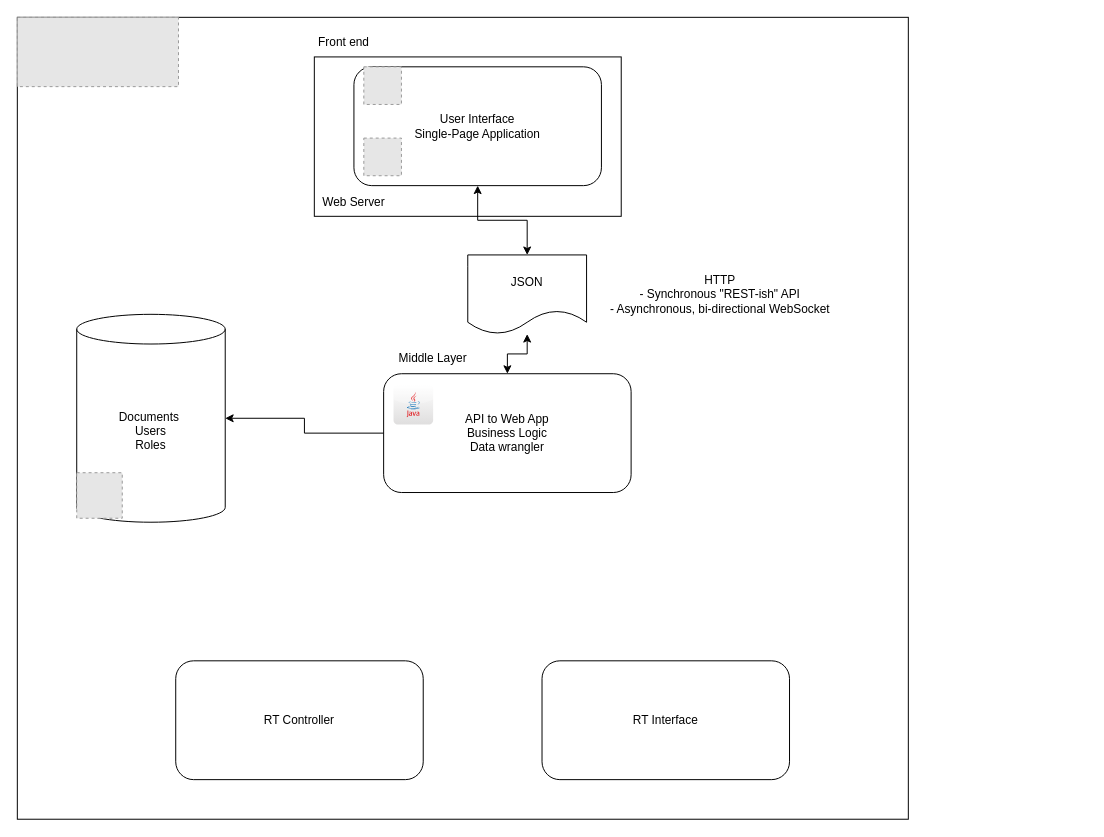
The draw.io diagram CoPilot-c4-container.drawio in addict3d/literate-octo-broccoli, before the edit. Source tidied: cells renumbered, new cells numbered last; positions are measured from the earlier drawing's top-left corner, leaving out a move shared by most shapes. Both pictures are drawn from the tidied source at 99%, with x=0, y=0 at pixel (17, 17). Pictures stored in the file or linked from it are replaced by grey dashed boxes.
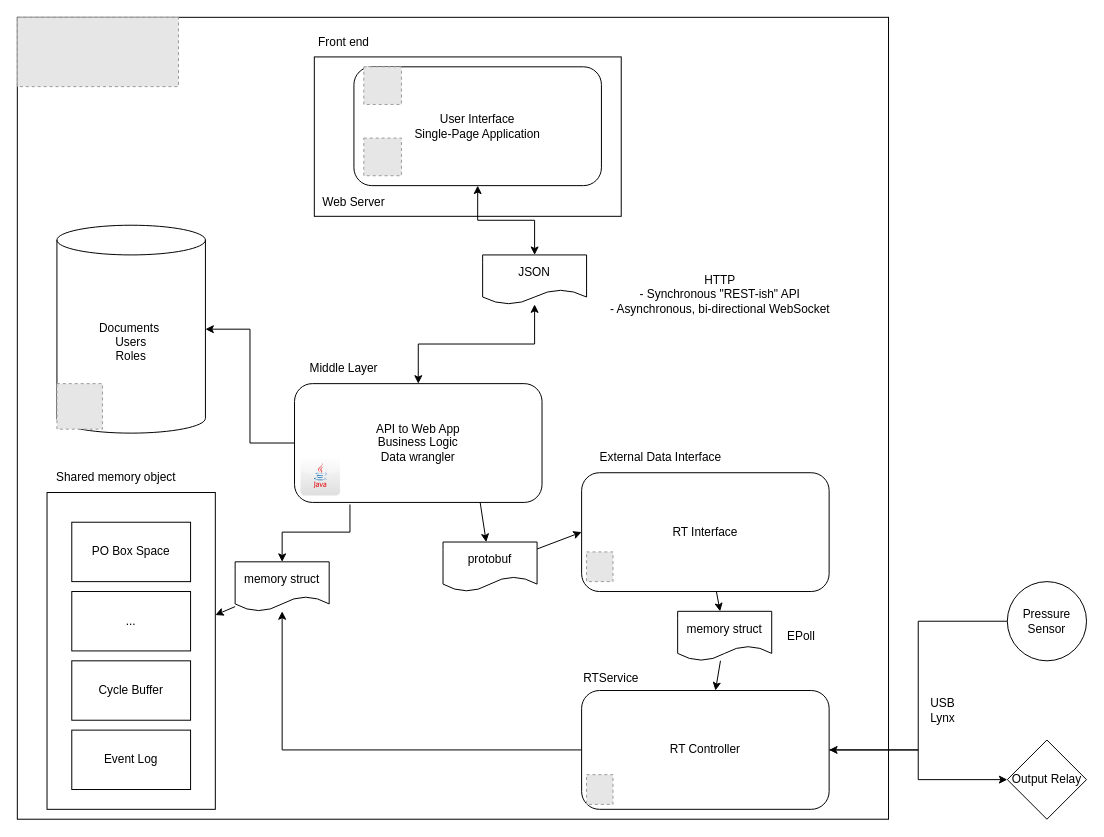
The same diagram, later.

The change refers to these unchanged cells:
```xml
<mxCell id="23" value="RT Controller" style="rounded=1;whiteSpace=wrap;html=1;" parent="22" vertex="1">
  <mxGeometry width="250" height="120" as="geometry" />
</mxCell>
<mxCell id="25" value="RT Interface" style="rounded=1;whiteSpace=wrap;html=1;" parent="24" vertex="1">
  <mxGeometry width="250" height="120" as="geometry" />
</mxCell>
```

Change to the diagram source:
```diff
@@
     <mxCell id="2" style="rounded=0;whiteSpace=wrap;html=1;" parent="1" vertex="1">
-      <mxGeometry width="900" height="810" as="geometry" />
+      <mxGeometry width="880" height="810" as="geometry" />
     </mxCell>
@@
     <mxCell id="7" style="group;" parent="1" vertex="1">
-      <mxGeometry x="60" y="300" width="150" height="210" as="geometry" />
+      <mxGeometry x="40" y="210" width="150" height="210" as="geometry" />
     </mxCell>
@@
     <mxCell id="10" style="group;" parent="1" vertex="1">
-      <mxGeometry x="370" y="360" width="250" height="120" as="geometry" />
+      <mxGeometry x="280" y="370" width="250" height="120" as="geometry" />
     </mxCell>
+    <mxCell id="26" style="group;" parent="10" vertex="1">
+      <mxGeometry width="250" height="120" as="geometry" />
+    </mxCell>
-    <mxCell id="11" value="API to Web App&lt;br&gt;Business Logic&lt;br&gt;Data wrangler" style="rounded=1;whiteSpace=wrap;html=1;" parent="10" vertex="1">
+    <mxCell id="11" value="API to Web App&lt;br&gt;Business Logic&lt;br&gt;Data wrangler" style="rounded=1;whiteSpace=wrap;html=1;" parent="26" vertex="1">
       <mxGeometry width="250" height="120" as="geometry" />
     </mxCell>
-    <mxCell id="12" style="dashed=0;html=1;align=center;labelPosition=center;verticalLabelPosition=bottom;verticalAlign=top;shape=mxgraph.webicons.java;gradientColor=#DFDEDE;" parent="10" vertex="1">
-      <mxGeometry x="10" y="11.2" width="40" height="40" as="geometry" />
+    <mxCell id="12" style="dashed=0;html=1;align=center;labelPosition=center;verticalLabelPosition=bottom;verticalAlign=top;shape=mxgraph.webicons.java;gradientColor=#DFDEDE;" parent="26" vertex="1">
+      <mxGeometry x="6" y="73" width="40" height="40" as="geometry" />
     </mxCell>
@@
     <mxCell id="16" value="JSON" style="shape=document;whiteSpace=wrap;html=1;boundedLbl=1;" parent="1" vertex="1">
-      <mxGeometry x="455" y="240" width="120" height="80" as="geometry" />
+      <mxGeometry x="470" y="240" width="105" height="50" as="geometry" />
     </mxCell>
@@
     <mxCell id="21" value="Middle Layer" style="text;html=1;strokeColor=none;fillColor=none;align=center;verticalAlign=middle;whiteSpace=wrap;rounded=0;" parent="1" vertex="1">
-      <mxGeometry x="370" y="330" width="100" height="30" as="geometry" />
+      <mxGeometry x="280" y="340" width="100" height="30" as="geometry" />
     </mxCell>
     <mxCell id="22" style="group;" parent="1" vertex="1">
-      <mxGeometry x="160" y="650" width="250" height="120" as="geometry" />
+      <mxGeometry x="570" y="680" width="250" height="120" as="geometry" />
     </mxCell>
@@
+    <mxCell id="27" style="fillColor=#E6E6E6;strokeColor=#999999;dashed=1;verticalLabelPosition=bottom;verticalAlign=top;" parent="22" vertex="1">
+      <mxGeometry x="5" y="85" width="26.7" height="30" as="geometry" />
+    </mxCell>
     <mxCell id="24" style="group;" parent="1" vertex="1">
-      <mxGeometry x="530" y="650" width="250" height="120" as="geometry" />
+      <mxGeometry x="570" y="460" width="250" height="120" as="geometry" />
     </mxCell>
@@
+    <mxCell id="28" style="fillColor=#E6E6E6;strokeColor=#999999;dashed=1;verticalLabelPosition=bottom;verticalAlign=top;" parent="24" vertex="1">
+      <mxGeometry x="5" y="80" width="26.7" height="30" as="geometry" />
+    </mxCell>
+    <mxCell id="29" style="edgeStyle=orthogonalEdgeStyle;rounded=0;jettySize=auto;html=1;entryX=1;entryY=0.5;entryDx=0;entryDy=0;" parent="1" edge="1" source="30" target="23">
+      <mxGeometry relative="1" as="geometry" />
+    </mxCell>
+    <mxCell id="30" value="Pressure Sensor" style="ellipse;whiteSpace=wrap;html=1;" parent="1" vertex="1">
+      <mxGeometry x="1000" y="570" width="80" height="80" as="geometry" />
+    </mxCell>
+    <mxCell id="31" value="Output Relay" style="rhombus;whiteSpace=wrap;html=1;" parent="1" vertex="1">
+      <mxGeometry x="1000" y="730" width="80" height="80" as="geometry" />
+    </mxCell>
+    <mxCell id="32" style="edgeStyle=orthogonalEdgeStyle;rounded=0;jettySize=auto;html=1;" parent="1" edge="1" source="23" target="31">
+      <mxGeometry relative="1" as="geometry" />
+    </mxCell>
+    <mxCell id="33" value="USB&lt;br&gt;Lynx" style="text;html=1;strokeColor=none;fillColor=none;align=center;verticalAlign=middle;whiteSpace=wrap;rounded=0;" parent="1" vertex="1">
+      <mxGeometry x="900" y="685" width="70" height="30" as="geometry" />
+    </mxCell>
+    <mxCell id="34" value="Shared memory object" style="text;html=1;strokeColor=none;fillColor=none;align=center;verticalAlign=middle;whiteSpace=wrap;rounded=0;" parent="1" vertex="1">
+      <mxGeometry x="30" y="450" width="140" height="30" as="geometry" />
+    </mxCell>
+    <mxCell id="35" style="rounded=0;whiteSpace=wrap;html=1;" parent="1" vertex="1">
+      <mxGeometry x="30" y="480" width="170" height="320" as="geometry" />
+    </mxCell>
+    <mxCell id="36" value="PO Box Space" style="rounded=0;whiteSpace=wrap;html=1;" parent="1" vertex="1">
+      <mxGeometry x="55" y="510" width="120" height="60" as="geometry" />
+    </mxCell>
+    <mxCell id="37" value="..." style="rounded=0;whiteSpace=wrap;html=1;" parent="1" vertex="1">
+      <mxGeometry x="55" y="580" width="120" height="60" as="geometry" />
+    </mxCell>
+    <mxCell id="38" value="Cycle Buffer" style="rounded=0;whiteSpace=wrap;html=1;" parent="1" vertex="1">
+      <mxGeometry x="55" y="650" width="120" height="60" as="geometry" />
+    </mxCell>
+    <mxCell id="39" value="Event Log" style="rounded=0;whiteSpace=wrap;html=1;" parent="1" vertex="1">
+      <mxGeometry x="55" y="720" width="120" height="60" as="geometry" />
+    </mxCell>
+    <mxCell id="40" style="rounded=0;jettySize=auto;html=1;entryX=0;entryY=0.5;entryDx=0;entryDy=0;" parent="1" edge="1" source="41" target="25">
+      <mxGeometry relative="1" as="geometry" />
+    </mxCell>
+    <mxCell id="41" value="protobuf" style="shape=document;whiteSpace=wrap;html=1;boundedLbl=1;" parent="1" vertex="1">
+      <mxGeometry x="430" y="530" width="95" height="50" as="geometry" />
+    </mxCell>
+    <mxCell id="42" style="rounded=0;jettySize=auto;html=1;" parent="1" edge="1" source="43" target="35">
+      <mxGeometry relative="1" as="geometry" />
+    </mxCell>
+    <mxCell id="43" value="memory struct" style="shape=document;whiteSpace=wrap;html=1;boundedLbl=1;" parent="1" vertex="1">
+      <mxGeometry x="220" y="550" width="95" height="50" as="geometry" />
+    </mxCell>
+    <mxCell id="44" style="edgeStyle=orthogonalEdgeStyle;rounded=0;jettySize=auto;html=1;exitX=0.224;exitY=1.017;exitDx=0;exitDy=0;exitPerimeter=0;" parent="1" edge="1" source="11" target="43">
+      <mxGeometry relative="1" as="geometry" />
+    </mxCell>
+    <mxCell id="45" style="rounded=0;jettySize=auto;html=1;exitX=0.75;exitY=1;exitDx=0;exitDy=0;" parent="1" edge="1" source="11" target="41">
+      <mxGeometry relative="1" as="geometry" />
+    </mxCell>
+    <mxCell id="46" style="edgeStyle=orthogonalEdgeStyle;rounded=0;jettySize=auto;html=1;" parent="1" edge="1" source="23" target="43">
+      <mxGeometry relative="1" as="geometry" />
+    </mxCell>
+    <mxCell id="47" style="rounded=0;jettySize=auto;html=1;" parent="1" edge="1" source="48" target="23">
+      <mxGeometry relative="1" as="geometry" />
+    </mxCell>
+    <mxCell id="48" value="memory struct" style="shape=document;whiteSpace=wrap;html=1;boundedLbl=1;" parent="1" vertex="1">
+      <mxGeometry x="667" y="600" width="95" height="50" as="geometry" />
+    </mxCell>
+    <mxCell id="49" style="rounded=0;jettySize=auto;html=1;" parent="1" edge="1" source="25" target="48">
+      <mxGeometry relative="1" as="geometry" />
+    </mxCell>
+    <mxCell id="50" value="External Data Interface" style="text;html=1;strokeColor=none;fillColor=none;align=center;verticalAlign=middle;whiteSpace=wrap;rounded=0;" parent="1" vertex="1">
+      <mxGeometry x="572" y="430" width="156" height="30" as="geometry" />
+    </mxCell>
+    <mxCell id="51" value="RTService" style="text;html=1;strokeColor=none;fillColor=none;align=center;verticalAlign=middle;whiteSpace=wrap;rounded=0;" parent="1" vertex="1">
+      <mxGeometry x="570" y="653" width="60" height="30" as="geometry" />
+    </mxCell>
+    <mxCell id="52" value="EPoll" style="text;html=1;strokeColor=none;fillColor=none;align=center;verticalAlign=middle;whiteSpace=wrap;rounded=0;" parent="1" vertex="1">
+      <mxGeometry x="762" y="610" width="60" height="30" as="geometry" />
+    </mxCell>
```
